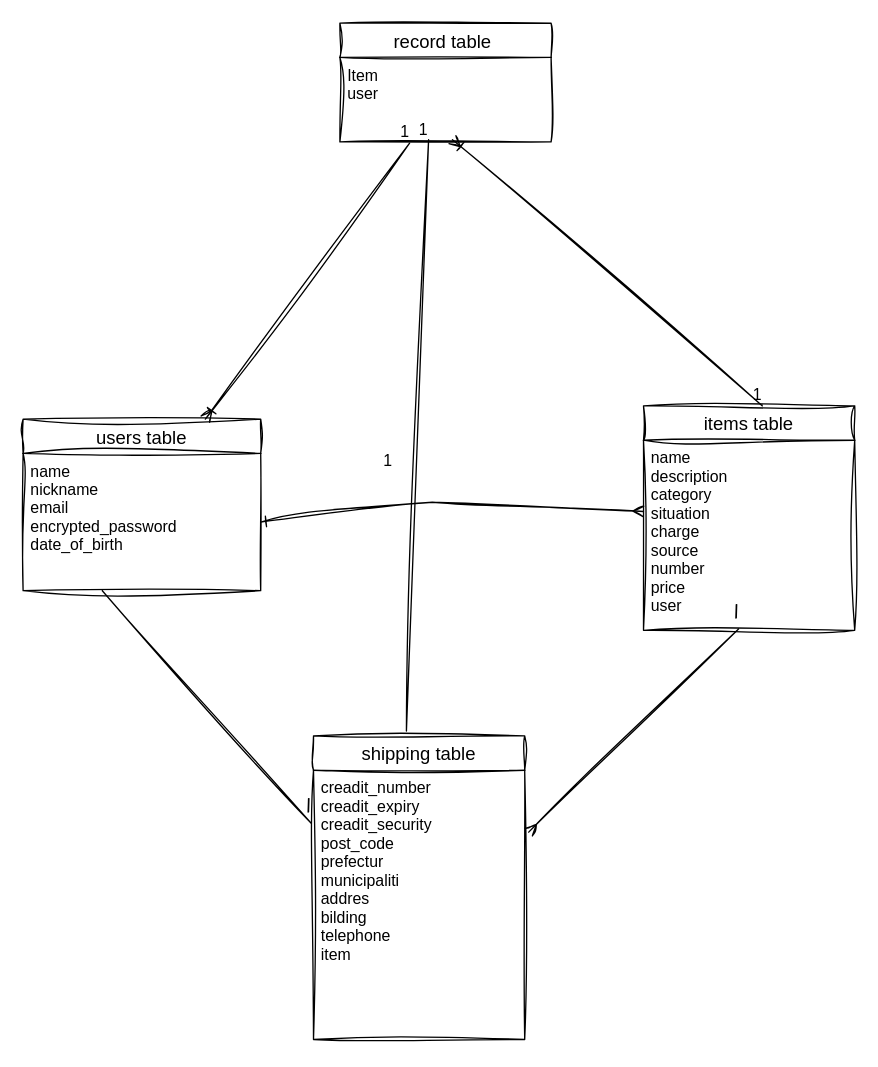
This is page "ページ1" (1 of 2) of test.dio from simizuyuuki/furima-40385, a draw.io file, before an edit. Source tidied: cells renumbered, new cells numbered last; positions are measured from the earlier drawing's top-left corner, leaving out a move shared by most shapes. Both pictures are drawn from the tidied source at 132%, with x=0, y=0 at pixel (22, 22).
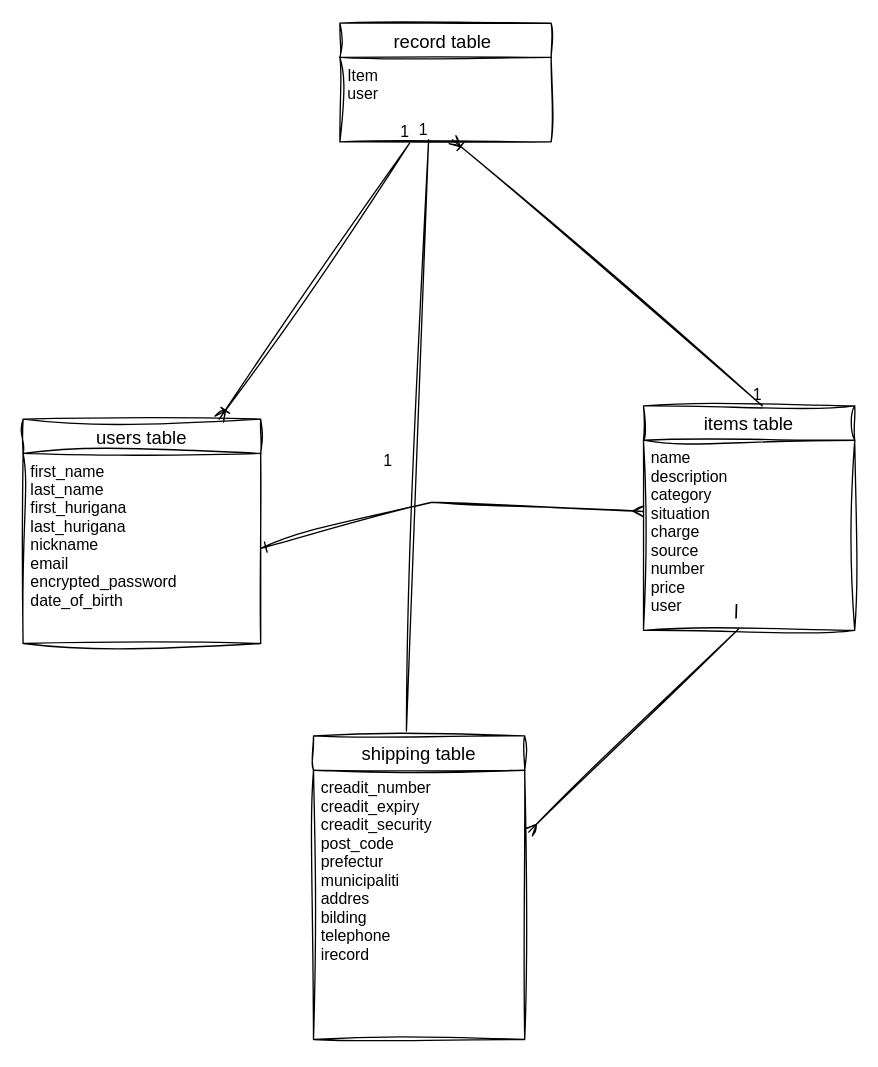
Above is the later version.

Commit message (it also covers changes not shown here):
データベース設計➂

The change refers to these unchanged cells:
```xml
<mxCell id="8" value="shipping table" style="swimlane;fontStyle=0;horizontal=1;startSize=26;align=center;fontSize=14;sketch=1;curveFitting=1;jiggle=2;" parent="1" vertex="1">
  <mxGeometry x="220" y="540" width="160" height="230" as="geometry" />
</mxCell>
```

The edit, as a diff of the source:
```diff
@@
     <mxCell id="2" value="users table" style="swimlane;fontStyle=0;horizontal=1;startSize=26;align=center;fontSize=14;sketch=1;curveFitting=1;jiggle=2;" parent="1" vertex="1">
-      <mxGeometry y="300" width="180" height="130" as="geometry" />
+      <mxGeometry y="300" width="180" height="170" as="geometry" />
     </mxCell>
-    <mxCell id="3" value="name&#10;nickname&#10;email&#10;encrypted_password&#10;date_of_birth" style="text;strokeColor=none;fillColor=none;spacingLeft=4;spacingRight=4;overflow=hidden;points=[[0,0.5],[1,0.5]];portConstraint=eastwest;fontSize=12;sketch=1;curveFitting=1;jiggle=2;" parent="2" vertex="1">
-      <mxGeometry y="26" width="180" height="104" as="geometry" />
+    <mxCell id="3" value="first_name&#10;last_name&#10;first_hurigana&#10;last_hurigana&#10;nickname&#10;email&#10;encrypted_password&#10;date_of_birth" style="text;strokeColor=none;fillColor=none;spacingLeft=4;spacingRight=4;overflow=hidden;points=[[0,0.5],[1,0.5]];portConstraint=eastwest;fontSize=12;sketch=1;curveFitting=1;jiggle=2;" parent="2" vertex="1">
+      <mxGeometry y="26" width="180" height="144" as="geometry" />
     </mxCell>
-    <mxCell id="4" style="endArrow=none;html=1;rounded=0;sketch=1;hachureGap=4;jiggle=2;curveFitting=1;fontFamily=Architects Daughter;fontSize=16;entryX=-0.012;entryY=0.196;entryDx=0;entryDy=0;entryPerimeter=0;" parent="2" edge="1" target="9">
-      <mxGeometry relative="1" as="geometry">
-        <mxPoint x="60" y="130" as="sourcePoint" />
-      </mxGeometry>
-    </mxCell>
-    <mxCell id="5" value="1" style="html=1;align=right;verticalAlign=bottom;sketch=1;hachureGap=4;jiggle=2;curveFitting=1;fontFamily=Architects Daughter;fontSize=20;" parent="4" vertex="1">
-      <mxGeometry x="1" relative="1" as="geometry" />
-    </mxCell>
@@
-    <mxCell id="9" value="creadit_number&#10;creadit_expiry&#10;creadit_security&#10;post_code&#10;prefectur&#10;municipaliti&#10;addres&#10;bilding&#10;telephone&#10;item" style="text;strokeColor=none;fillColor=none;spacingLeft=4;spacingRight=4;overflow=hidden;points=[[0,0.5],[1,0.5]];portConstraint=eastwest;fontSize=12;sketch=1;curveFitting=1;jiggle=2;" parent="8" vertex="1">
+    <mxCell id="9" value="creadit_number&#10;creadit_expiry&#10;creadit_security&#10;post_code&#10;prefectur&#10;municipaliti&#10;addres&#10;bilding&#10;telephone&#10;irecord" style="text;strokeColor=none;fillColor=none;spacingLeft=4;spacingRight=4;overflow=hidden;points=[[0,0.5],[1,0.5]];portConstraint=eastwest;fontSize=12;sketch=1;curveFitting=1;jiggle=2;" parent="8" vertex="1">
       <mxGeometry y="26" width="160" height="204" as="geometry" />
     </mxCell>
```
